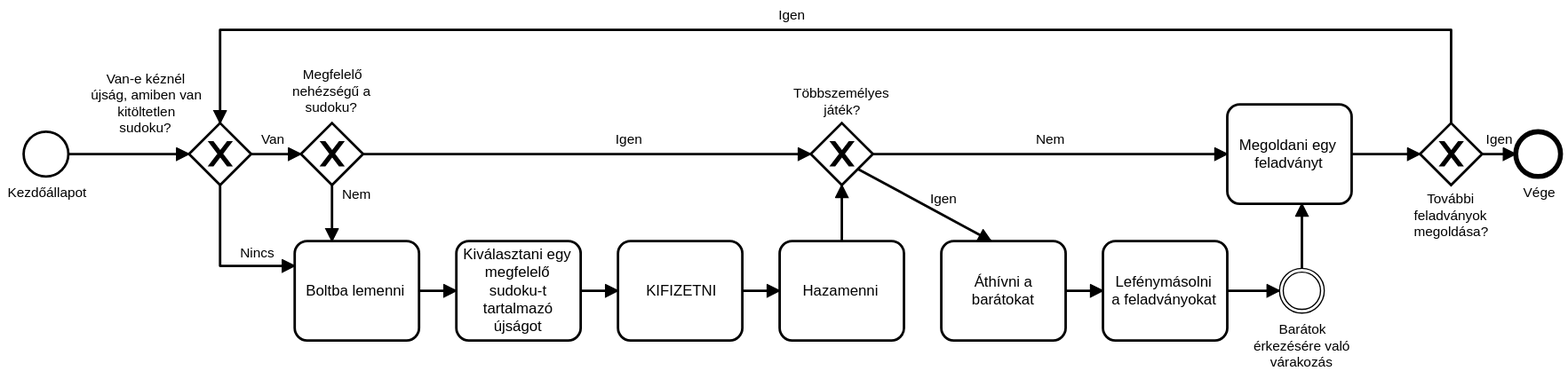
Earlier version of the BPMN export doc/resource/kovspec_jelenlegi_uzleti.svg (versenyi98/Sudoku). Its source is kept beside it as doc/resource/kovspec_jelenlegi_uzleti.bpmn. Ids are renumbered. Source of this version:
```xml
<definitions xmlns="http://www.omg.org/spec/BPMN/20100524/MODEL" xmlns:bpmndi="http://www.omg.org/spec/BPMN/20100524/DI" xmlns:omgdi="http://www.omg.org/spec/DD/20100524/DI" xmlns:omgdc="http://www.omg.org/spec/DD/20100524/DC" xmlns:xsi="http://www.w3.org/2001/XMLSchema-instance" id="sid-38422fae-e03e-43a3-bef4-bd33b32041b2" targetNamespace="http://bpmn.io/bpmn" exporter="bpmn-js (https://demo.bpmn.io)" exporterVersion="5.0.4">
  <process id="Process_1" isExecutable="false">
    <startEvent id="StartEvent_n1" name="Kezdőállapot">
      <outgoing>SequenceFlow_n2</outgoing>
    </startEvent>
    <exclusiveGateway id="ExclusiveGateway_n3" name="Van-e kéznél újság, amiben van kitöltetlen sudoku?">
      <incoming>SequenceFlow_n2</incoming>
      <incoming>SequenceFlow_n4</incoming>
      <outgoing>SequenceFlow_n5</outgoing>
      <outgoing>SequenceFlow_n6</outgoing>
    </exclusiveGateway>
    <sequenceFlow id="SequenceFlow_n2" sourceRef="StartEvent_n1" targetRef="ExclusiveGateway_n3" />
    <exclusiveGateway id="ExclusiveGateway_n7" name="Megfelelő nehézségű a sudoku?">
      <incoming>SequenceFlow_n5</incoming>
      <outgoing>SequenceFlow_n8</outgoing>
      <outgoing>SequenceFlow_n9</outgoing>
    </exclusiveGateway>
    <sequenceFlow id="SequenceFlow_n5" name="Van" sourceRef="ExclusiveGateway_n3" targetRef="ExclusiveGateway_n7" />
    <task id="Task_n10" name="Megoldani egy feladványt">
      <incoming>SequenceFlow_n11</incoming>
      <incoming>SequenceFlow_n12</incoming>
      <outgoing>SequenceFlow_n13</outgoing>
    </task>
    <sequenceFlow id="SequenceFlow_n8" name="Igen" sourceRef="ExclusiveGateway_n7" targetRef="ExclusiveGateway_n14" />
    <exclusiveGateway id="ExclusiveGateway_n15" name="További feladványok megoldása?">
      <incoming>SequenceFlow_n13</incoming>
      <outgoing>SequenceFlow_n4</outgoing>
      <outgoing>SequenceFlow_n16</outgoing>
    </exclusiveGateway>
    <sequenceFlow id="SequenceFlow_n13" sourceRef="Task_n10" targetRef="ExclusiveGateway_n15" />
    <sequenceFlow id="SequenceFlow_n4" name="Igen" sourceRef="ExclusiveGateway_n15" targetRef="ExclusiveGateway_n3" />
    <endEvent id="EndEvent_n17" name="Vége">
      <incoming>SequenceFlow_n16</incoming>
    </endEvent>
    <sequenceFlow id="SequenceFlow_n16" name="Igen" sourceRef="ExclusiveGateway_n15" targetRef="EndEvent_n17" />
    <task id="Task_n18" name="Boltba lemenni">
      <incoming>SequenceFlow_n9</incoming>
      <incoming>SequenceFlow_n6</incoming>
      <outgoing>SequenceFlow_n19</outgoing>
    </task>
    <sequenceFlow id="SequenceFlow_n19" sourceRef="Task_n18" targetRef="Task_n20" />
    <sequenceFlow id="SequenceFlow_n6" name="Nincs" sourceRef="ExclusiveGateway_n3" targetRef="Task_n18" />
    <sequenceFlow id="SequenceFlow_n9" name="Nem" sourceRef="ExclusiveGateway_n7" targetRef="Task_n18" />
    <task id="Task_n20" name="Kiválasztani egy megfelelő sudoku-t tartalmazó újságot">
      <incoming>SequenceFlow_n19</incoming>
      <outgoing>SequenceFlow_n21</outgoing>
    </task>
    <task id="Task_n22" name="KIFIZETNI">
      <incoming>SequenceFlow_n21</incoming>
      <outgoing>SequenceFlow_n23</outgoing>
    </task>
    <task id="Task_n24" name="Hazamenni">
      <incoming>SequenceFlow_n23</incoming>
      <outgoing>SequenceFlow_n25</outgoing>
    </task>
    <sequenceFlow id="SequenceFlow_n23" sourceRef="Task_n22" targetRef="Task_n24" />
    <sequenceFlow id="SequenceFlow_n21" sourceRef="Task_n20" targetRef="Task_n22" />
    <sequenceFlow id="SequenceFlow_n25" sourceRef="Task_n24" targetRef="ExclusiveGateway_n14" />
    <exclusiveGateway id="ExclusiveGateway_n14" name="Többszemélyes játék?">
      <incoming>SequenceFlow_n8</incoming>
      <incoming>SequenceFlow_n25</incoming>
      <outgoing>SequenceFlow_n11</outgoing>
      <outgoing>SequenceFlow_n26</outgoing>
    </exclusiveGateway>
    <sequenceFlow id="SequenceFlow_n11" name="Nem" sourceRef="ExclusiveGateway_n14" targetRef="Task_n10" />
    <task id="Task_n27" name="Áthívni a barátokat">
      <incoming>SequenceFlow_n26</incoming>
      <outgoing>SequenceFlow_n28</outgoing>
    </task>
    <task id="Task_n29" name="Lefénymásolni a feladványokat">
      <incoming>SequenceFlow_n28</incoming>
      <outgoing>SequenceFlow_n30</outgoing>
    </task>
    <sequenceFlow id="SequenceFlow_n28" sourceRef="Task_n27" targetRef="Task_n29" />
    <intermediateThrowEvent id="IntermediateThrowEvent_n31" name="Barátok érkezésére való várakozás">
      <incoming>SequenceFlow_n30</incoming>
      <outgoing>SequenceFlow_n12</outgoing>
    </intermediateThrowEvent>
    <sequenceFlow id="SequenceFlow_n30" sourceRef="Task_n29" targetRef="IntermediateThrowEvent_n31" />
    <sequenceFlow id="SequenceFlow_n12" sourceRef="IntermediateThrowEvent_n31" targetRef="Task_n10" />
    <sequenceFlow id="SequenceFlow_n26" name="Igen" sourceRef="ExclusiveGateway_n14" targetRef="Task_n27" />
  </process>
  <bpmndi:BPMNDiagram id="BpmnDiagram_1">
    <bpmndi:BPMNPlane id="BpmnPlane_1" bpmnElement="Process_1">
      <bpmndi:BPMNShape id="StartEvent_n1_di" bpmnElement="StartEvent_n1">
        <omgdc:Bounds x="182" y="182" width="36" height="36" />
        <bpmndi:BPMNLabel>
          <omgdc:Bounds x="169" y="225" width="62" height="14" />
        </bpmndi:BPMNLabel>
      </bpmndi:BPMNShape>
      <bpmndi:BPMNShape id="ExclusiveGateway_n3_di" bpmnElement="ExclusiveGateway_n3" isMarkerVisible="true">
        <omgdc:Bounds x="315" y="175" width="50" height="50" />
        <bpmndi:BPMNLabel>
          <omgdc:Bounds x="236" y="133" width="88" height="53" />
        </bpmndi:BPMNLabel>
      </bpmndi:BPMNShape>
      <bpmndi:BPMNEdge id="SequenceFlow_n2_di" bpmnElement="SequenceFlow_n2">
        <omgdi:waypoint x="218" y="200" />
        <omgdi:waypoint x="315" y="200" />
      </bpmndi:BPMNEdge>
      <bpmndi:BPMNShape id="ExclusiveGateway_n7_di" bpmnElement="ExclusiveGateway_n7" isMarkerVisible="true">
        <omgdc:Bounds x="405" y="175" width="50" height="50" />
        <bpmndi:BPMNLabel>
          <omgdc:Bounds x="398" y="130" width="63" height="40" />
        </bpmndi:BPMNLabel>
      </bpmndi:BPMNShape>
      <bpmndi:BPMNEdge id="SequenceFlow_n5_di" bpmnElement="SequenceFlow_n5">
        <omgdi:waypoint x="365" y="200" />
        <omgdi:waypoint x="405" y="200" />
        <bpmndi:BPMNLabel>
          <omgdc:Bounds x="373" y="182" width="18" height="14" />
        </bpmndi:BPMNLabel>
      </bpmndi:BPMNEdge>
      <bpmndi:BPMNShape id="Task_n10_di" bpmnElement="Task_n10">
        <omgdc:Bounds x="1150" y="160" width="100" height="80" />
      </bpmndi:BPMNShape>
      <bpmndi:BPMNEdge id="SequenceFlow_n8_di" bpmnElement="SequenceFlow_n8">
        <omgdi:waypoint x="455" y="200" />
        <omgdi:waypoint x="815" y="200" />
        <bpmndi:BPMNLabel>
          <omgdc:Bounds x="658" y="182" width="21" height="14" />
        </bpmndi:BPMNLabel>
      </bpmndi:BPMNEdge>
      <bpmndi:BPMNShape id="ExclusiveGateway_n15_di" bpmnElement="ExclusiveGateway_n15" isMarkerVisible="true">
        <omgdc:Bounds x="1305" y="175" width="50" height="50" />
        <bpmndi:BPMNLabel>
          <omgdc:Bounds x="1300" y="230" width="59" height="40" />
        </bpmndi:BPMNLabel>
      </bpmndi:BPMNShape>
      <bpmndi:BPMNEdge id="SequenceFlow_n13_di" bpmnElement="SequenceFlow_n13">
        <omgdi:waypoint x="1250" y="200" />
        <omgdi:waypoint x="1305" y="200" />
      </bpmndi:BPMNEdge>
      <bpmndi:BPMNEdge id="SequenceFlow_n4_di" bpmnElement="SequenceFlow_n4">
        <omgdi:waypoint x="1330" y="175" />
        <omgdi:waypoint x="1330" y="100" />
        <omgdi:waypoint x="340" y="100" />
        <omgdi:waypoint x="340" y="175" />
        <bpmndi:BPMNLabel>
          <omgdc:Bounds x="789" y="82" width="21" height="14" />
        </bpmndi:BPMNLabel>
      </bpmndi:BPMNEdge>
      <bpmndi:BPMNShape id="EndEvent_n17_di" bpmnElement="EndEvent_n17">
        <omgdc:Bounds x="1382" y="182" width="36" height="36" />
        <bpmndi:BPMNLabel>
          <omgdc:Bounds x="1388" y="225" width="25" height="14" />
        </bpmndi:BPMNLabel>
      </bpmndi:BPMNShape>
      <bpmndi:BPMNEdge id="SequenceFlow_n16_di" bpmnElement="SequenceFlow_n16">
        <omgdi:waypoint x="1355" y="200" />
        <omgdi:waypoint x="1382" y="200" />
        <bpmndi:BPMNLabel>
          <omgdc:Bounds x="1358" y="182" width="21" height="14" />
        </bpmndi:BPMNLabel>
      </bpmndi:BPMNEdge>
      <bpmndi:BPMNShape id="Task_n18_di" bpmnElement="Task_n18">
        <omgdc:Bounds x="400" y="270" width="100" height="80" />
      </bpmndi:BPMNShape>
      <bpmndi:BPMNEdge id="SequenceFlow_n19_di" bpmnElement="SequenceFlow_n19">
        <omgdi:waypoint x="500" y="310" />
        <omgdi:waypoint x="530" y="310" />
      </bpmndi:BPMNEdge>
      <bpmndi:BPMNEdge id="SequenceFlow_n6_di" bpmnElement="SequenceFlow_n6">
        <omgdi:waypoint x="340" y="225" />
        <omgdi:waypoint x="340" y="290" />
        <omgdi:waypoint x="400" y="290" />
        <bpmndi:BPMNLabel>
          <omgdc:Bounds x="356" y="273" width="28" height="14" />
        </bpmndi:BPMNLabel>
      </bpmndi:BPMNEdge>
      <bpmndi:BPMNEdge id="SequenceFlow_n9_di" bpmnElement="SequenceFlow_n9">
        <omgdi:waypoint x="430" y="225" />
        <omgdi:waypoint x="430" y="270" />
        <bpmndi:BPMNLabel>
          <omgdc:Bounds x="438" y="226" width="23" height="14" />
        </bpmndi:BPMNLabel>
      </bpmndi:BPMNEdge>
      <bpmndi:BPMNShape id="Task_n20_di" bpmnElement="Task_n20">
        <omgdc:Bounds x="530" y="270" width="100" height="80" />
      </bpmndi:BPMNShape>
      <bpmndi:BPMNShape id="Task_n22_di" bpmnElement="Task_n22">
        <omgdc:Bounds x="660" y="270" width="100" height="80" />
      </bpmndi:BPMNShape>
      <bpmndi:BPMNShape id="Task_n24_di" bpmnElement="Task_n24">
        <omgdc:Bounds x="790" y="270" width="100" height="80" />
      </bpmndi:BPMNShape>
      <bpmndi:BPMNEdge id="SequenceFlow_n23_di" bpmnElement="SequenceFlow_n23">
        <omgdi:waypoint x="760" y="310" />
        <omgdi:waypoint x="790" y="310" />
      </bpmndi:BPMNEdge>
      <bpmndi:BPMNEdge id="SequenceFlow_n21_di" bpmnElement="SequenceFlow_n21">
        <omgdi:waypoint x="630" y="310" />
        <omgdi:waypoint x="660" y="310" />
      </bpmndi:BPMNEdge>
      <bpmndi:BPMNEdge id="SequenceFlow_n25_di" bpmnElement="SequenceFlow_n25">
        <omgdi:waypoint x="840" y="270" />
        <omgdi:waypoint x="840" y="225" />
      </bpmndi:BPMNEdge>
      <bpmndi:BPMNShape id="ExclusiveGateway_n14_di" bpmnElement="ExclusiveGateway_n14" isMarkerVisible="true">
        <omgdc:Bounds x="815" y="175" width="50" height="50" />
        <bpmndi:BPMNLabel>
          <omgdc:Bounds x="801" y="145" width="78" height="27" />
        </bpmndi:BPMNLabel>
      </bpmndi:BPMNShape>
      <bpmndi:BPMNEdge id="SequenceFlow_n11_di" bpmnElement="SequenceFlow_n11">
        <omgdi:waypoint x="865" y="200" />
        <omgdi:waypoint x="1150" y="200" />
        <bpmndi:BPMNLabel>
          <omgdc:Bounds x="996" y="182" width="23" height="14" />
        </bpmndi:BPMNLabel>
      </bpmndi:BPMNEdge>
      <bpmndi:BPMNShape id="Task_n27_di" bpmnElement="Task_n27">
        <omgdc:Bounds x="920" y="270" width="100" height="80" />
      </bpmndi:BPMNShape>
      <bpmndi:BPMNShape id="Task_n29_di" bpmnElement="Task_n29">
        <omgdc:Bounds x="1050" y="270" width="100" height="80" />
      </bpmndi:BPMNShape>
      <bpmndi:BPMNEdge id="SequenceFlow_n28_di" bpmnElement="SequenceFlow_n28">
        <omgdi:waypoint x="1020" y="310" />
        <omgdi:waypoint x="1050" y="310" />
      </bpmndi:BPMNEdge>
      <bpmndi:BPMNShape id="IntermediateThrowEvent_n31_di" bpmnElement="IntermediateThrowEvent_n31">
        <omgdc:Bounds x="1192" y="292" width="36" height="36" />
        <bpmndi:BPMNLabel>
          <omgdc:Bounds x="1171" y="335" width="79" height="40" />
        </bpmndi:BPMNLabel>
      </bpmndi:BPMNShape>
      <bpmndi:BPMNEdge id="SequenceFlow_n30_di" bpmnElement="SequenceFlow_n30">
        <omgdi:waypoint x="1150" y="310" />
        <omgdi:waypoint x="1192" y="310" />
      </bpmndi:BPMNEdge>
      <bpmndi:BPMNEdge id="SequenceFlow_n12_di" bpmnElement="SequenceFlow_n12">
        <omgdi:waypoint x="1210" y="292" />
        <omgdi:waypoint x="1210" y="240" />
      </bpmndi:BPMNEdge>
      <bpmndi:BPMNEdge id="SequenceFlow_n26_di" bpmnElement="SequenceFlow_n26">
        <omgdi:waypoint x="853" y="212" />
        <omgdi:waypoint x="960" y="270" />
        <bpmndi:BPMNLabel>
          <omgdc:Bounds x="911" y="230" width="21" height="14" />
        </bpmndi:BPMNLabel>
      </bpmndi:BPMNEdge>
    </bpmndi:BPMNPlane>
  </bpmndi:BPMNDiagram>
</definitions>
```
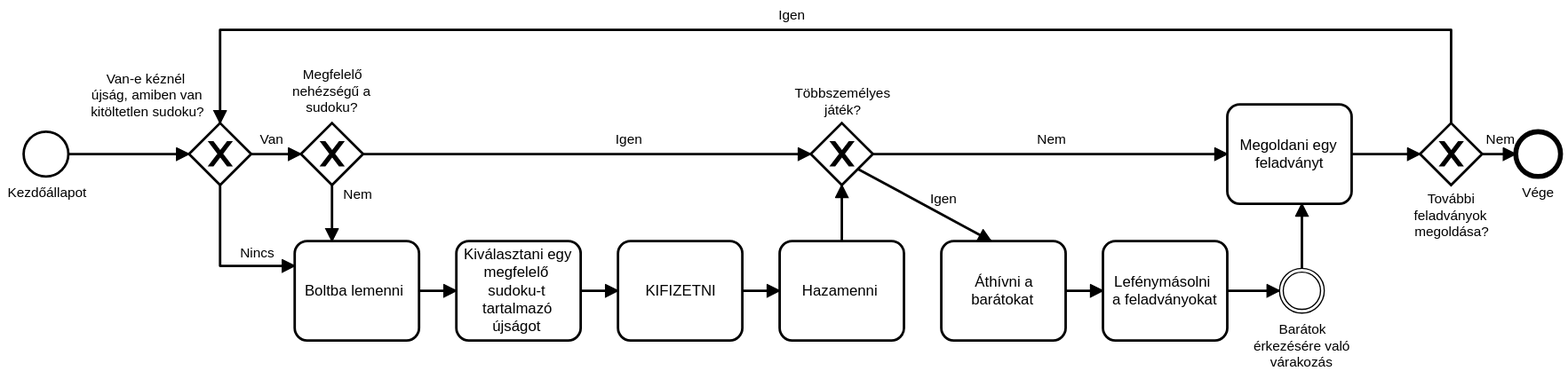
Above is the later version.

Commit message:
S6 Fix last gateway in current business processes diagram

Change to the diagram source:
```diff
@@ -32,7 +32,7 @@
     <endEvent id="EndEvent_n17" name="Vége">
       <incoming>SequenceFlow_n16</incoming>
     </endEvent>
-    <sequenceFlow id="SequenceFlow_n16" name="Igen" sourceRef="ExclusiveGateway_n15" targetRef="EndEvent_n17" />
+    <sequenceFlow id="SequenceFlow_n16" name="Nem" sourceRef="ExclusiveGateway_n15" targetRef="EndEvent_n17" />
     <task id="Task_n18" name="Boltba lemenni">
       <incoming>SequenceFlow_n9</incoming>
       <incoming>SequenceFlow_n6</incoming>
@@ -150,7 +150,7 @@
         <omgdi:waypoint x="1355" y="200" />
         <omgdi:waypoint x="1382" y="200" />
         <bpmndi:BPMNLabel>
-          <omgdc:Bounds x="1358" y="182" width="21" height="14" />
+          <omgdc:Bounds x="1358" y="182" width="22" height="14" />
         </bpmndi:BPMNLabel>
       </bpmndi:BPMNEdge>
       <bpmndi:BPMNShape id="Task_n18_di" bpmnElement="Task_n18">
```
